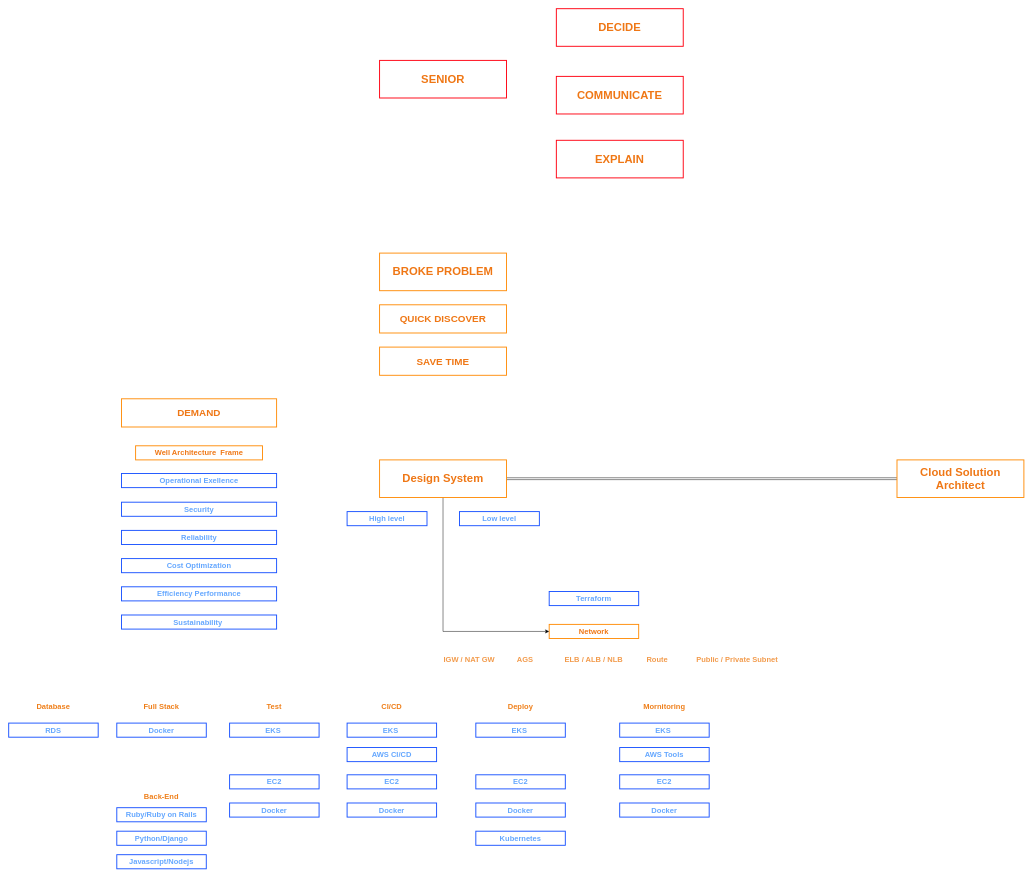
Above: MindSet.drawio in HoangGuruu/drawCloud (draw.io), before the change. Source tidied: cells renumbered, new cells numbered last; positions are measured from the earlier drawing's top-left corner, leaving out a move shared by most shapes. Both pictures are drawn from the tidied source at 47%, with x=0, y=0 at pixel (8, 8).
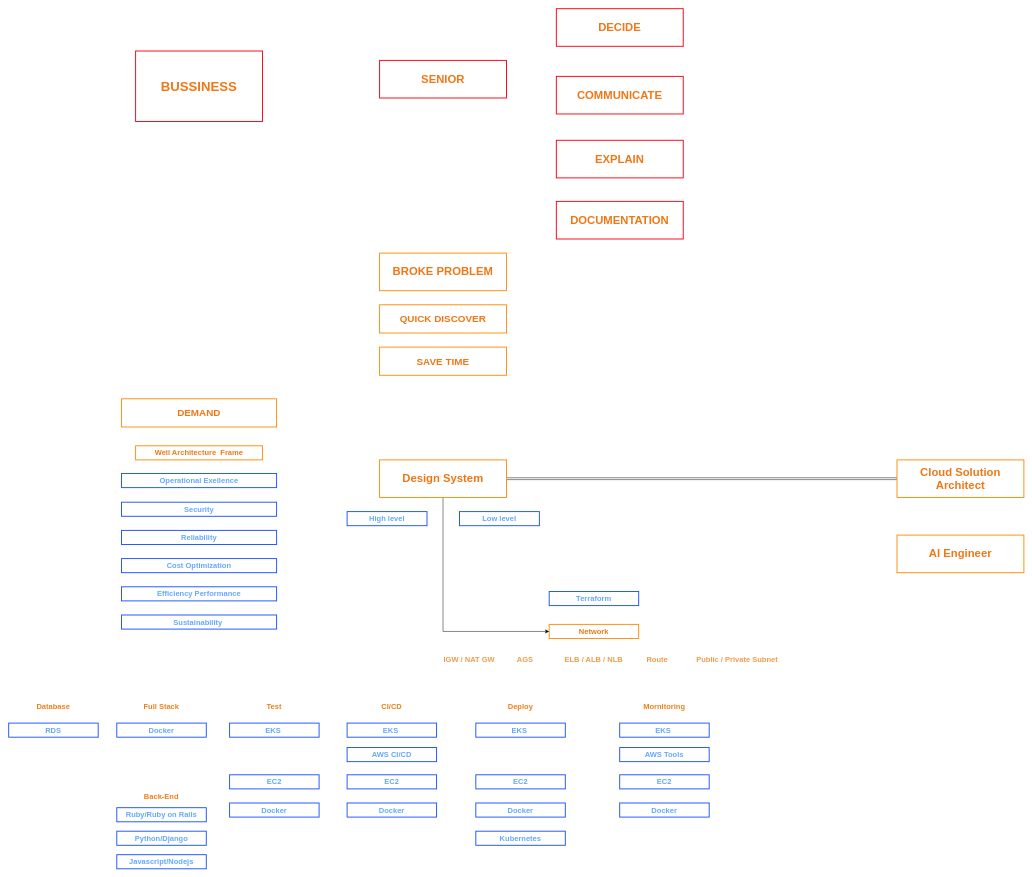
The same diagram, later.

Commit message:
Cập nhật MindSet.drawio

The edit, as a diff of the source:
```diff
@@
+    <mxCell id="57" value="&lt;span style=&quot;font-size: 28px;&quot;&gt;BUSSINESS&lt;/span&gt;" style="text;html=1;strokeColor=#FF0011;fillColor=none;align=center;verticalAlign=middle;whiteSpace=wrap;rounded=0;fontSize=16;fontStyle=1;fontColor=#ef7715;strokeWidth=2;" parent="1" vertex="1">
+      <mxGeometry x="270" y="90" width="270" height="150" as="geometry" />
+    </mxCell>
+    <mxCell id="58" value="&lt;span style=&quot;font-size: 24px;&quot;&gt;DOCUMENTATION&lt;/span&gt;" style="text;html=1;strokeColor=#FF0011;fillColor=none;align=center;verticalAlign=middle;whiteSpace=wrap;rounded=0;fontSize=16;fontStyle=1;fontColor=#ef7715;strokeWidth=2;" parent="1" vertex="1">
+      <mxGeometry x="1165.2" y="410" width="270" height="80" as="geometry" />
+    </mxCell>
+    <mxCell id="59" value="&lt;span style=&quot;font-size: 24px;&quot;&gt;AI Engineer&lt;/span&gt;" style="text;html=1;strokeColor=#ff8d0a;fillColor=none;align=center;verticalAlign=middle;whiteSpace=wrap;rounded=0;fontSize=16;fontStyle=1;fontColor=#ef7715;strokeWidth=2;" parent="1" vertex="1">
+      <mxGeometry x="1890" y="1120" width="270" height="80" as="geometry" />
+    </mxCell>
```
